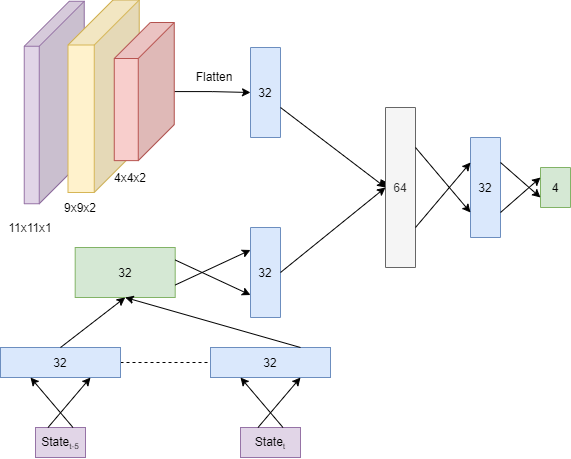
This is Figures/Assistant_nn.png from Tanay0101/AI-Input-Design, a draw.io export, as it was before one commit. Source tidied: cells renumbered, new cells last; positions are measured from the earlier drawing's top-left corner, leaving out a move shared by most shapes.
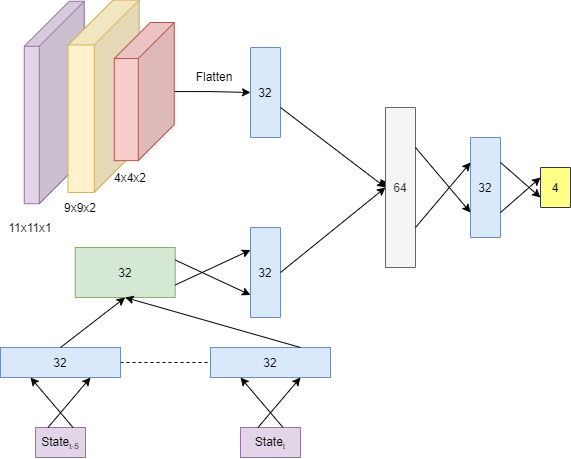
The same file after the commit.

Diff of the diagram source:
```diff
@@ -85,7 +85,7 @@
     <mxCell id="26" value="32" style="rounded=0;whiteSpace=wrap;html=1;direction=south;fillColor=#dae8fc;strokeColor=#6c8ebf;" parent="1" vertex="1">
       <mxGeometry x="518" y="90" width="30" height="100" as="geometry" />
     </mxCell>
-    <mxCell id="27" value="4" style="rounded=0;whiteSpace=wrap;html=1;direction=south;fillColor=#d5e8d4;strokeColor=#82b366;" parent="1" vertex="1">
+    <mxCell id="27" value="4" style="rounded=0;whiteSpace=wrap;html=1;direction=south;fillColor=#ffff88;strokeColor=#36393d;" parent="1" vertex="1">
       <mxGeometry x="588" y="120" width="30" height="40" as="geometry" />
     </mxCell>
     <mxCell id="28" value="11x11x1" style="text;html=1;strokeColor=none;fillColor=none;align=center;verticalAlign=middle;whiteSpace=wrap;rounded=0;" parent="1" vertex="1">
```
